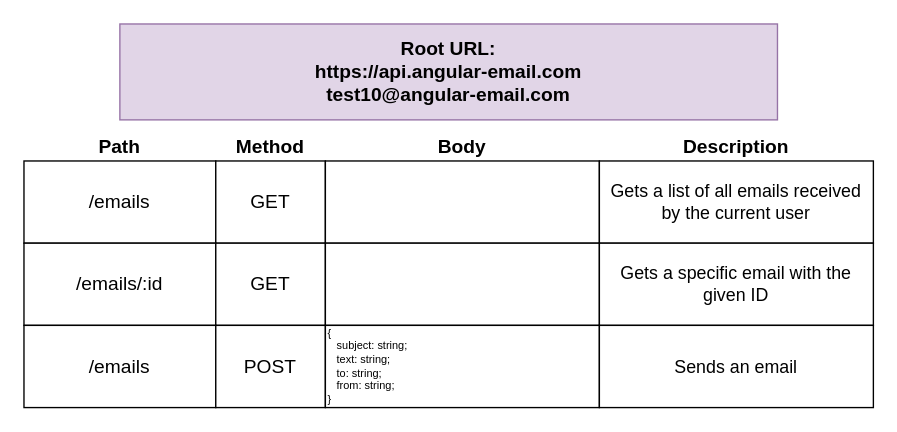
Before: page "02 - docs" (2 of 8) of diagrams/auth/emails.drawio in StephenGrider/ng-casts, a draw.io diagram. Source tidied: cells renumbered, new cells numbered last; positions are measured from the earlier drawing's top-left corner, leaving out a move shared by most shapes. Both pictures are drawn from the tidied source at 137%, with x=0, y=0 at pixel (23, 23).
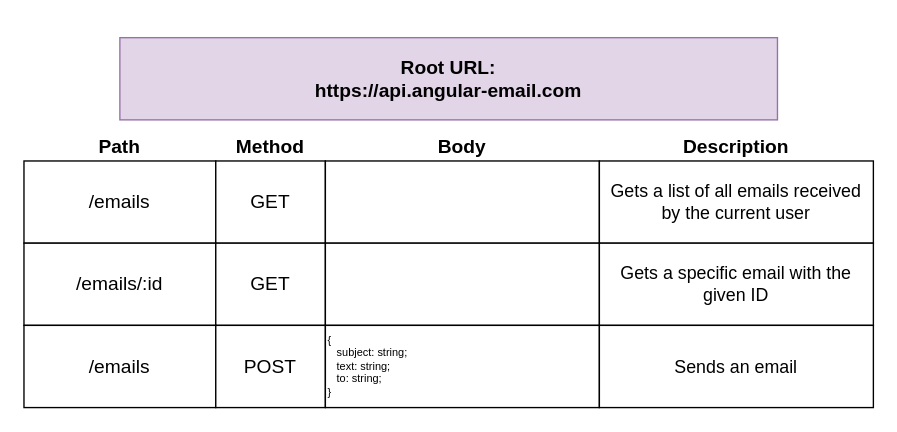
The same diagram, later.

Diff of the diagram source:
```diff
@@
 <mxGraphModel>
   <root>
     <mxCell id="0" />
     <mxCell id="1" parent="0" />
-    <mxCell id="2" value="Root URL:&lt;br style=&quot;font-size: 14px&quot;&gt;https://api.angular-email.com&lt;br&gt;test10@angular-email.com" style="rounded=0;whiteSpace=wrap;html=1;fontSize=14;align=center;fontStyle=1;fillColor=#e1d5e7;strokeColor=#9673a6;" parent="1" vertex="1">
-      <mxGeometry x="70" width="480" height="70" as="geometry" />
+    <mxCell id="2" value="Root URL:&lt;br style=&quot;font-size: 14px&quot;&gt;https://api.angular-email.com" style="rounded=0;whiteSpace=wrap;html=1;fontSize=14;align=center;fontStyle=1;fillColor=#e1d5e7;strokeColor=#9673a6;" parent="1" vertex="1">
+      <mxGeometry x="70" y="10" width="480" height="60" as="geometry" />
     </mxCell>
     <mxCell id="3" value="/emails" style="rounded=0;whiteSpace=wrap;html=1;fontSize=14;align=center;" parent="1" vertex="1">
       <mxGeometry y="100" width="140" height="60" as="geometry" />
     </mxCell>
     <mxCell id="4" value="Path" style="text;html=1;strokeColor=none;fillColor=none;align=center;verticalAlign=middle;whiteSpace=wrap;rounded=0;fontSize=14;fontStyle=1;" parent="1" vertex="1">
       <mxGeometry x="50" y="80" width="40" height="20" as="geometry" />
     </mxCell>
     <mxCell id="5" value="Method" style="text;html=1;strokeColor=none;fillColor=none;align=center;verticalAlign=middle;whiteSpace=wrap;rounded=0;fontSize=14;fontStyle=1;" parent="1" vertex="1">
       <mxGeometry x="160" y="80" width="40" height="20" as="geometry" />
     </mxCell>
     <mxCell id="6" value="GET" style="rounded=0;whiteSpace=wrap;html=1;fontSize=14;align=center;" parent="1" vertex="1">
       <mxGeometry x="140" y="100" width="80" height="60" as="geometry" />
     </mxCell>
     <mxCell id="7" style="rounded=0;whiteSpace=wrap;html=1;fontSize=9;align=left;" parent="1" vertex="1">
       <mxGeometry x="220" y="100" width="200" height="60" as="geometry" />
     </mxCell>
     <mxCell id="8" value="Body" style="text;html=1;strokeColor=none;fillColor=none;align=center;verticalAlign=middle;whiteSpace=wrap;rounded=0;fontSize=14;fontStyle=1;" parent="1" vertex="1">
       <mxGeometry x="300" y="80" width="40" height="20" as="geometry" />
     </mxCell>
     <mxCell id="9" value="Gets a list of all emails received by the current user" style="rounded=0;whiteSpace=wrap;html=1;fontSize=13;align=center;" parent="1" vertex="1">
       <mxGeometry x="420" y="100" width="200" height="60" as="geometry" />
     </mxCell>
     <mxCell id="10" value="Description" style="text;html=1;strokeColor=none;fillColor=none;align=center;verticalAlign=middle;whiteSpace=wrap;rounded=0;fontSize=14;fontStyle=1;" parent="1" vertex="1">
       <mxGeometry x="500" y="80" width="40" height="20" as="geometry" />
     </mxCell>
     <mxCell id="11" value="/emails/:id" style="rounded=0;whiteSpace=wrap;html=1;fontSize=14;align=center;" parent="1" vertex="1">
       <mxGeometry y="160" width="140" height="60" as="geometry" />
     </mxCell>
     <mxCell id="12" value="GET" style="rounded=0;whiteSpace=wrap;html=1;fontSize=14;align=center;" parent="1" vertex="1">
       <mxGeometry x="140" y="160" width="80" height="60" as="geometry" />
     </mxCell>
     <mxCell id="13" style="rounded=0;whiteSpace=wrap;html=1;fontSize=9;align=left;" parent="1" vertex="1">
       <mxGeometry x="220" y="160" width="200" height="60" as="geometry" />
     </mxCell>
     <mxCell id="14" value="Gets a specific email with the given ID" style="rounded=0;whiteSpace=wrap;html=1;fontSize=13;align=center;" parent="1" vertex="1">
       <mxGeometry x="420" y="160" width="200" height="60" as="geometry" />
     </mxCell>
     <mxCell id="15" value="/emails" style="rounded=0;whiteSpace=wrap;html=1;fontSize=14;align=center;" parent="1" vertex="1">
       <mxGeometry y="220" width="140" height="60" as="geometry" />
     </mxCell>
     <mxCell id="16" value="POST" style="rounded=0;whiteSpace=wrap;html=1;fontSize=14;align=center;" parent="1" vertex="1">
       <mxGeometry x="140" y="220" width="80" height="60" as="geometry" />
     </mxCell>
-    <mxCell id="17" value="{&lt;br style=&quot;font-size: 8px;&quot;&gt;&amp;nbsp; &amp;nbsp;subject: string; &lt;br style=&quot;font-size: 8px;&quot;&gt;&amp;nbsp; &amp;nbsp;text: string;&lt;br style=&quot;font-size: 8px;&quot;&gt;&amp;nbsp; &amp;nbsp;to: string; &lt;br style=&quot;font-size: 8px;&quot;&gt;&amp;nbsp; &amp;nbsp;from: string;&lt;br style=&quot;font-size: 8px;&quot;&gt;}" style="rounded=0;whiteSpace=wrap;html=1;fontSize=8;align=left;" parent="1" vertex="1">
+    <mxCell id="17" value="{&lt;br style=&quot;font-size: 8px&quot;&gt;&amp;nbsp; &amp;nbsp;subject: string; &lt;br style=&quot;font-size: 8px&quot;&gt;&amp;nbsp; &amp;nbsp;text: string;&lt;br style=&quot;font-size: 8px&quot;&gt;&amp;nbsp; &amp;nbsp;to: string; &lt;br style=&quot;font-size: 8px&quot;&gt;}" style="rounded=0;whiteSpace=wrap;html=1;fontSize=8;align=left;" parent="1" vertex="1">
       <mxGeometry x="220" y="220" width="200" height="60" as="geometry" />
     </mxCell>
     <mxCell id="18" value="Sends an email" style="rounded=0;whiteSpace=wrap;html=1;fontSize=13;align=center;" parent="1" vertex="1">
       <mxGeometry x="420" y="220" width="200" height="60" as="geometry" />
     </mxCell>
   </root>
 </mxGraphModel>
```
